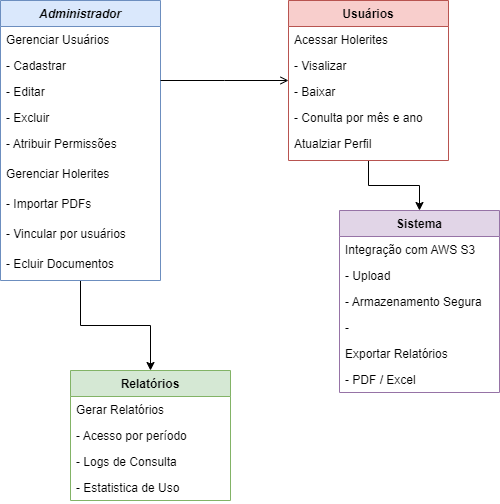
The draw.io diagram documentos/img/Diagrama_de_Funcionalidades.png in v4gn32/tecsolutions, before a commit. Source tidied: cells renumbered, new cells last; positions are measured from the earlier drawing's top-left corner, leaving out a move shared by most shapes.
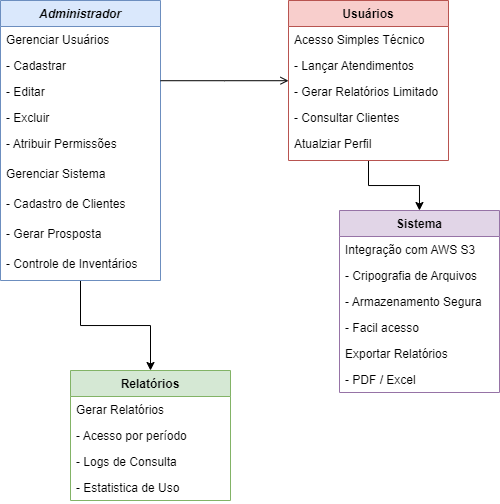
The same diagram one commit later.

The edit, as a diff of the source:
```diff
@@ -23,16 +23,16 @@
     <mxCell id="8" value="- Atribuir Permissões" style="text;align=left;verticalAlign=top;spacingLeft=4;spacingRight=4;overflow=hidden;rounded=0;shadow=0;html=0;" parent="3" vertex="1">
       <mxGeometry y="130" width="160" height="30" as="geometry" />
     </mxCell>
-    <mxCell id="9" value="Gerenciar Holerites" style="text;align=left;verticalAlign=top;spacingLeft=4;spacingRight=4;overflow=hidden;rounded=0;shadow=0;html=0;" parent="3" vertex="1">
+    <mxCell id="9" value="Gerenciar Sistema" style="text;align=left;verticalAlign=top;spacingLeft=4;spacingRight=4;overflow=hidden;rounded=0;shadow=0;html=0;" parent="3" vertex="1">
       <mxGeometry y="160" width="160" height="30" as="geometry" />
     </mxCell>
-    <mxCell id="10" value="- Importar PDFs" style="text;align=left;verticalAlign=top;spacingLeft=4;spacingRight=4;overflow=hidden;rounded=0;shadow=0;html=0;" parent="3" vertex="1">
+    <mxCell id="10" value="- Cadastro de Clientes" style="text;align=left;verticalAlign=top;spacingLeft=4;spacingRight=4;overflow=hidden;rounded=0;shadow=0;html=0;" parent="3" vertex="1">
       <mxGeometry y="190" width="160" height="30" as="geometry" />
     </mxCell>
-    <mxCell id="11" value="- Vincular por usuários" style="text;align=left;verticalAlign=top;spacingLeft=4;spacingRight=4;overflow=hidden;rounded=0;shadow=0;html=0;" parent="3" vertex="1">
+    <mxCell id="11" value="- Gerar Prosposta" style="text;align=left;verticalAlign=top;spacingLeft=4;spacingRight=4;overflow=hidden;rounded=0;shadow=0;html=0;" parent="3" vertex="1">
       <mxGeometry y="220" width="160" height="30" as="geometry" />
     </mxCell>
-    <mxCell id="12" value="- Ecluir Documentos" style="text;align=left;verticalAlign=top;spacingLeft=4;spacingRight=4;overflow=hidden;rounded=0;shadow=0;html=0;" parent="3" vertex="1">
+    <mxCell id="12" value="- Controle de Inventários" style="text;align=left;verticalAlign=top;spacingLeft=4;spacingRight=4;overflow=hidden;rounded=0;shadow=0;html=0;" parent="3" vertex="1">
       <mxGeometry y="250" width="160" height="30" as="geometry" />
     </mxCell>
     <mxCell id="13" value="Relatórios" style="swimlane;fontStyle=1;align=center;verticalAlign=top;horizontal=1;startSize=26;rounded=0;shadow=0;strokeWidth=1;fillColor=#d5e8d4;strokeColor=#82b366;" parent="1" vertex="1">
@@ -56,16 +56,16 @@
     <mxCell id="19" value="Usuários" style="swimlane;fontStyle=1;align=center;verticalAlign=top;horizontal=1;startSize=26;rounded=0;shadow=0;strokeWidth=1;fillColor=#f8cecc;strokeColor=#b85450;" parent="1" vertex="1">
       <mxGeometry x="288" width="160" height="160" as="geometry" />
     </mxCell>
-    <mxCell id="20" value="Acessar Holerites" style="text;align=left;verticalAlign=top;spacingLeft=4;spacingRight=4;overflow=hidden;" parent="19" vertex="1">
+    <mxCell id="20" value="Acesso Simples Técnico" style="text;align=left;verticalAlign=top;spacingLeft=4;spacingRight=4;overflow=hidden;" parent="19" vertex="1">
       <mxGeometry y="26" width="160" height="26" as="geometry" />
     </mxCell>
-    <mxCell id="21" value="- Visalizar" style="text;align=left;verticalAlign=top;spacingLeft=4;spacingRight=4;overflow=hidden;rounded=0;shadow=0;html=0;" parent="19" vertex="1">
+    <mxCell id="21" value="- Lançar Atendimentos" style="text;align=left;verticalAlign=top;spacingLeft=4;spacingRight=4;overflow=hidden;rounded=0;shadow=0;html=0;" parent="19" vertex="1">
       <mxGeometry y="52" width="160" height="26" as="geometry" />
     </mxCell>
-    <mxCell id="22" value="- Baixar" style="text;align=left;verticalAlign=top;spacingLeft=4;spacingRight=4;overflow=hidden;rounded=0;shadow=0;html=0;" parent="19" vertex="1">
+    <mxCell id="22" value="- Gerar Relatórios Limitado" style="text;align=left;verticalAlign=top;spacingLeft=4;spacingRight=4;overflow=hidden;rounded=0;shadow=0;html=0;" parent="19" vertex="1">
       <mxGeometry y="78" width="160" height="26" as="geometry" />
     </mxCell>
-    <mxCell id="23" value="- Conulta por mês e ano" style="text;align=left;verticalAlign=top;spacingLeft=4;spacingRight=4;overflow=hidden;rounded=0;shadow=0;html=0;" parent="19" vertex="1">
+    <mxCell id="23" value="- Consultar Clientes" style="text;align=left;verticalAlign=top;spacingLeft=4;spacingRight=4;overflow=hidden;rounded=0;shadow=0;html=0;" parent="19" vertex="1">
       <mxGeometry y="104" width="160" height="26" as="geometry" />
     </mxCell>
     <mxCell id="24" value="Atualziar Perfil" style="text;align=left;verticalAlign=top;spacingLeft=4;spacingRight=4;overflow=hidden;rounded=0;shadow=0;html=0;" parent="19" vertex="1">
@@ -82,13 +82,13 @@
     <mxCell id="27" value="Integração com AWS S3" style="text;align=left;verticalAlign=top;spacingLeft=4;spacingRight=4;overflow=hidden;" parent="26" vertex="1">
       <mxGeometry y="26" width="160" height="26" as="geometry" />
     </mxCell>
-    <mxCell id="28" value="- Upload" style="text;align=left;verticalAlign=top;spacingLeft=4;spacingRight=4;overflow=hidden;rounded=0;shadow=0;html=0;" parent="26" vertex="1">
+    <mxCell id="28" value="- Cripografia de Arquivos" style="text;align=left;verticalAlign=top;spacingLeft=4;spacingRight=4;overflow=hidden;rounded=0;shadow=0;html=0;" parent="26" vertex="1">
       <mxGeometry y="52" width="160" height="26" as="geometry" />
     </mxCell>
     <mxCell id="29" value="- Armazenamento Segura" style="text;align=left;verticalAlign=top;spacingLeft=4;spacingRight=4;overflow=hidden;rounded=0;shadow=0;html=0;" parent="26" vertex="1">
       <mxGeometry y="78" width="160" height="26" as="geometry" />
     </mxCell>
-    <mxCell id="30" value="-" style="text;align=left;verticalAlign=top;spacingLeft=4;spacingRight=4;overflow=hidden;rounded=0;shadow=0;html=0;" parent="26" vertex="1">
+    <mxCell id="30" value="- Facil acesso" style="text;align=left;verticalAlign=top;spacingLeft=4;spacingRight=4;overflow=hidden;rounded=0;shadow=0;html=0;" parent="26" vertex="1">
       <mxGeometry y="104" width="160" height="26" as="geometry" />
     </mxCell>
     <mxCell id="31" value="Exportar Relatórios" style="text;align=left;verticalAlign=top;spacingLeft=4;spacingRight=4;overflow=hidden;rounded=0;shadow=0;html=0;" parent="26" vertex="1">
```
